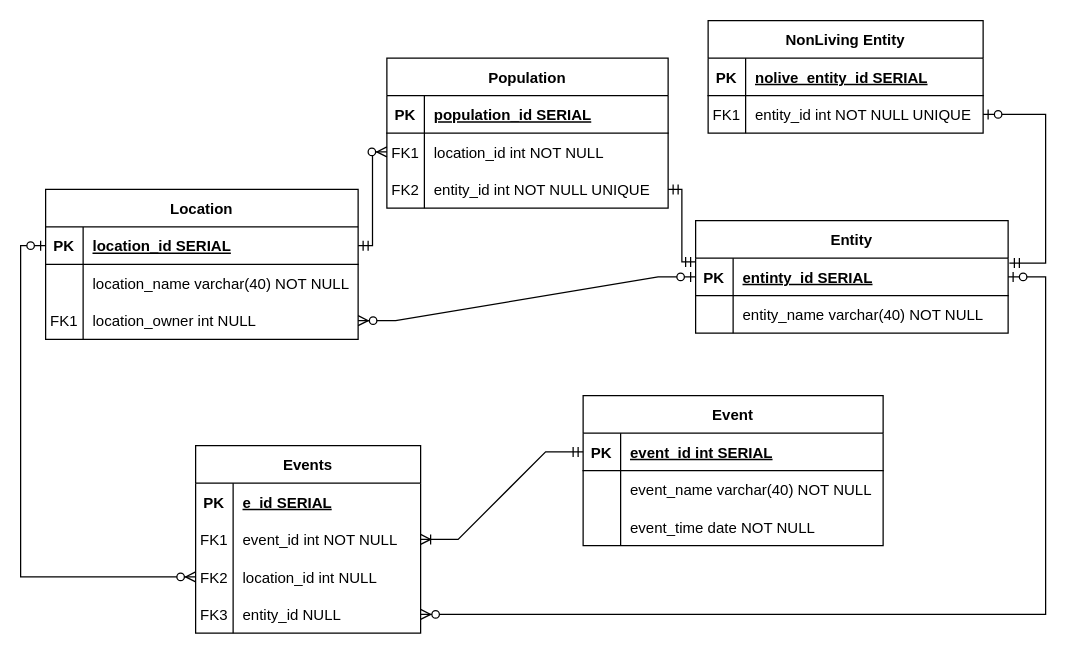
The draw.io diagram datalogical_model.drawio in Zerumi/bd1_180223_367837, before the edit. Source tidied: cells renumbered, new cells numbered last; positions are measured from the earlier drawing's top-left corner, leaving out a move shared by most shapes. Both pictures are drawn from the tidied source at 125%, with x=0, y=0 at pixel (20, 20).
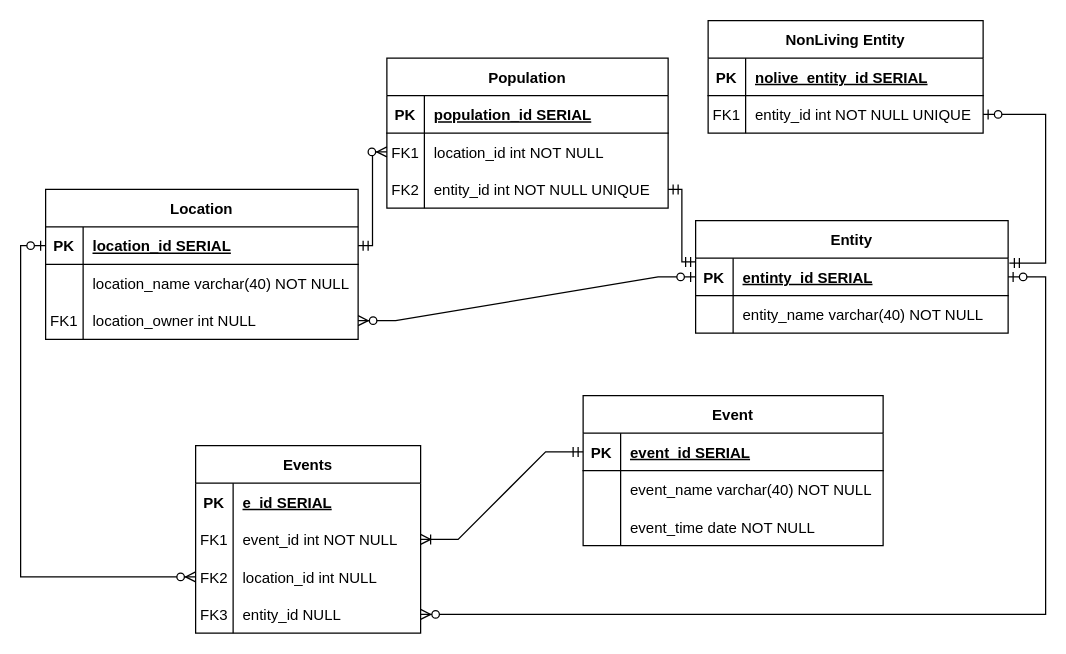
The same page after the edit.

Commit message:
data types fix 2

Unchanged cells that the change refers to:
```xml
<mxCell id="43" style="shape=tableRow;horizontal=0;startSize=0;swimlaneHead=0;swimlaneBody=0;fillColor=none;points=[[0,0.5],[1,0.5]];portConstraint=eastwest;top=0;left=0;right=0;bottom=1;" parent="42" vertex="1">
  <mxGeometry y="30" width="240" height="30" as="geometry" />
</mxCell>
```

What changed in the source:
```diff
@@
-    <mxCell id="45" value="event_id int SERIAL" style="shape=partialRectangle;fillColor=none;top=0;left=0;bottom=0;right=0;align=left;spacingLeft=6;fontStyle=5;overflow=hidden;" parent="43" vertex="1">
+    <mxCell id="45" value="event_id SERIAL" style="shape=partialRectangle;fillColor=none;top=0;left=0;bottom=0;right=0;align=left;spacingLeft=6;fontStyle=5;overflow=hidden;" parent="43" vertex="1">
       <mxGeometry x="30" width="210" height="30" as="geometry" />
     </mxCell>
```
